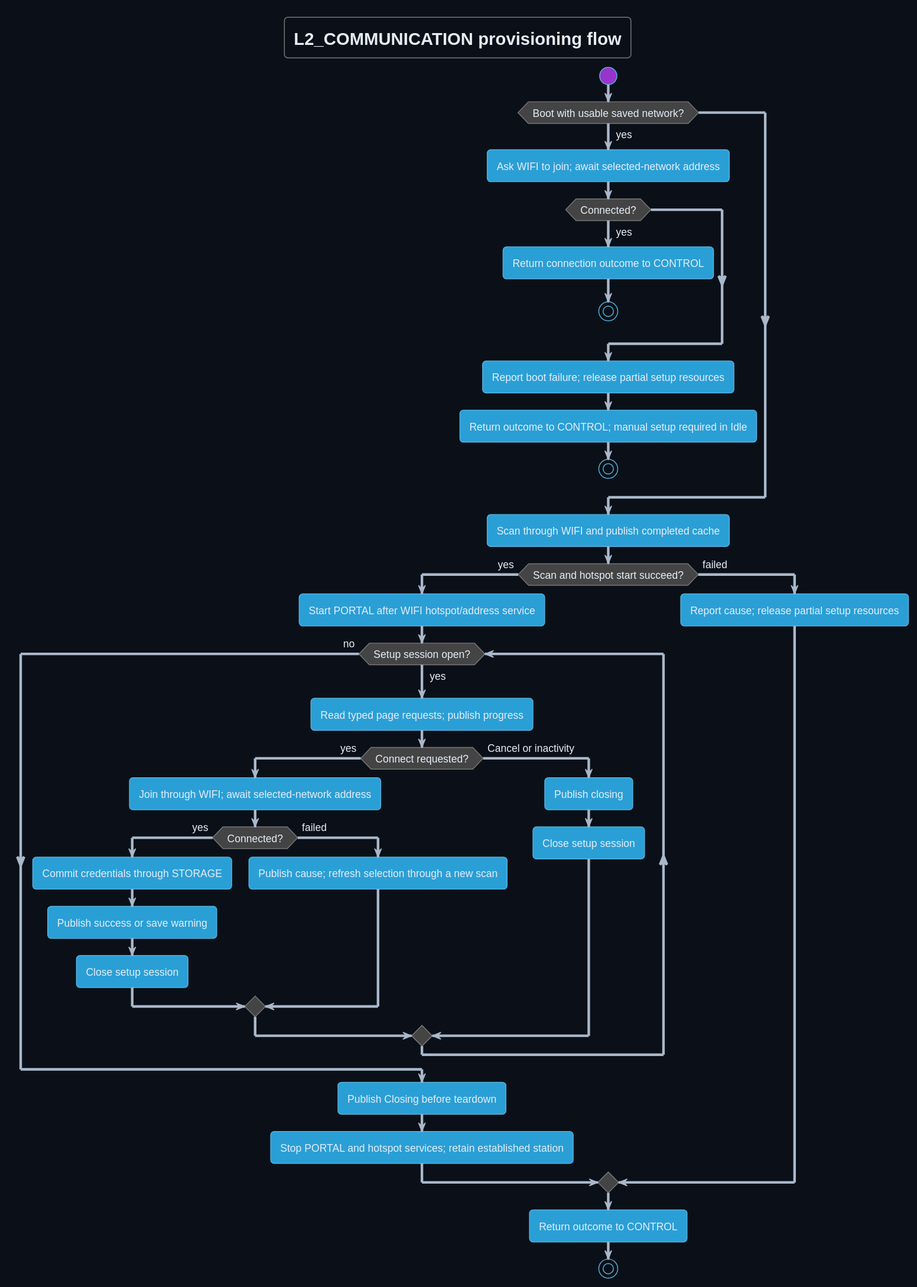
Before: Development/system/architecture/COMMUNICATION/rendered/setup_flow.svg, a diagram exported from PlantUML (DemonicPsychoII/DigitalStethoscope).
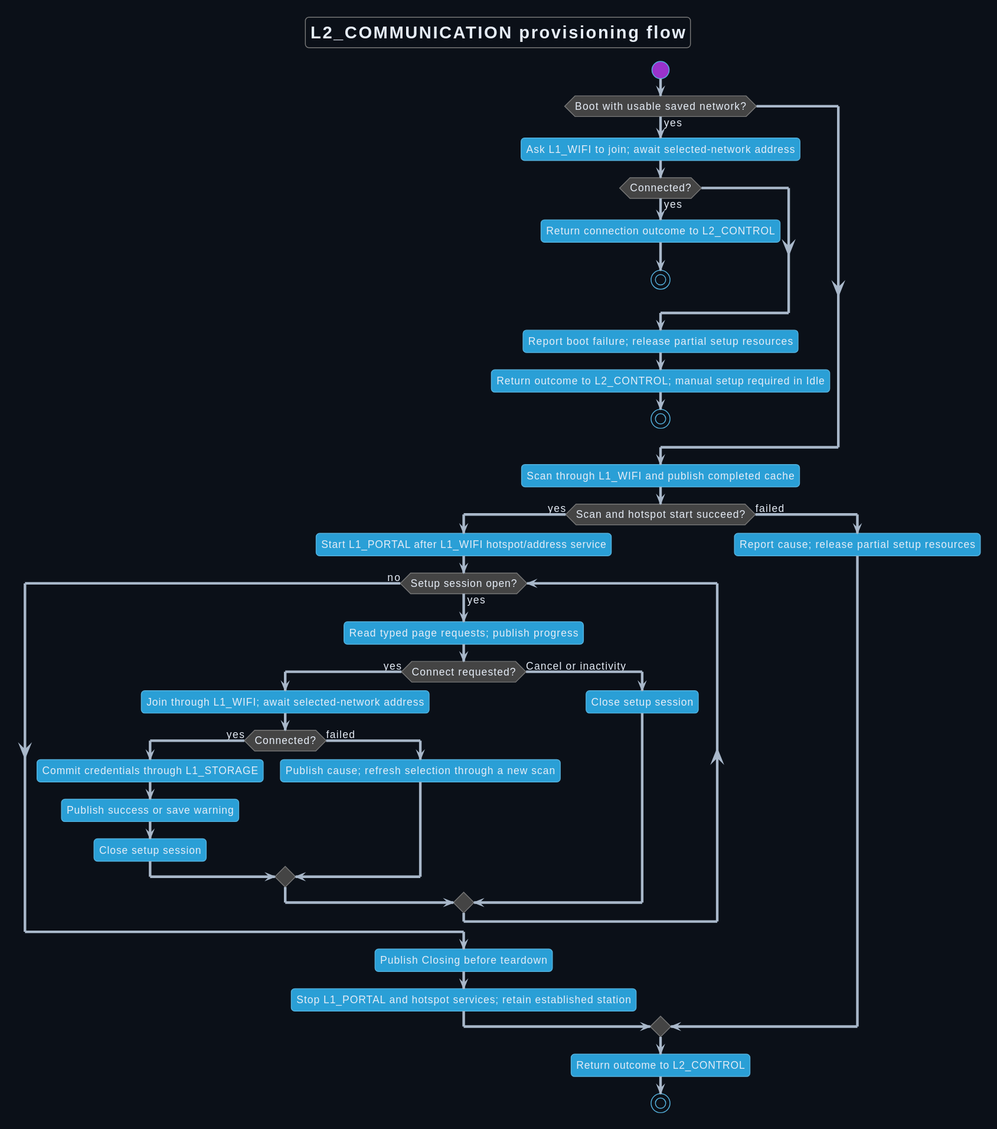
Later version of the same file.

Diff of the diagram source:
```diff
@@ -8,39 +8,38 @@
 title L2_COMMUNICATION provisioning flow
 start
 if (Boot with usable saved network?) then (yes)
- :Ask WIFI to join; await selected-network address;
+ :Ask L1_WIFI to join; await selected-network address;
  if (Connected?) then (yes)
-  :Return connection outcome to CONTROL;
+  :Return connection outcome to L2_CONTROL;
   stop
  endif
  :Report boot failure; release partial setup resources;
- :Return outcome to CONTROL; manual setup required in Idle;
+ :Return outcome to L2_CONTROL; manual setup required in Idle;
  stop
 endif
-:Scan through WIFI and publish completed cache;
+:Scan through L1_WIFI and publish completed cache;
 if (Scan and hotspot start succeed?) then (yes)
- :Start PORTAL after WIFI hotspot/address service;
+ :Start L1_PORTAL after L1_WIFI hotspot/address service;
  while (Setup session open?) is (yes)
   :Read typed page requests; publish progress;
   if (Connect requested?) then (yes)
-   :Join through WIFI; await selected-network address;
+   :Join through L1_WIFI; await selected-network address;
    if (Connected?) then (yes)
-    :Commit credentials through STORAGE;
+    :Commit credentials through L1_STORAGE;
     :Publish success or save warning;
     :Close setup session;
    else (failed)
     :Publish cause; refresh selection through a new scan;
    endif
   else (Cancel or inactivity)
-   :Publish closing;
    :Close setup session;
   endif
  endwhile (no)
  :Publish Closing before teardown;
- :Stop PORTAL and hotspot services; retain established station;
+ :Stop L1_PORTAL and hotspot services; retain established station;
 else (failed)
  :Report cause; release partial setup resources;
 endif
-:Return outcome to CONTROL;
+:Return outcome to L2_CONTROL;
 stop
 @enduml
```
